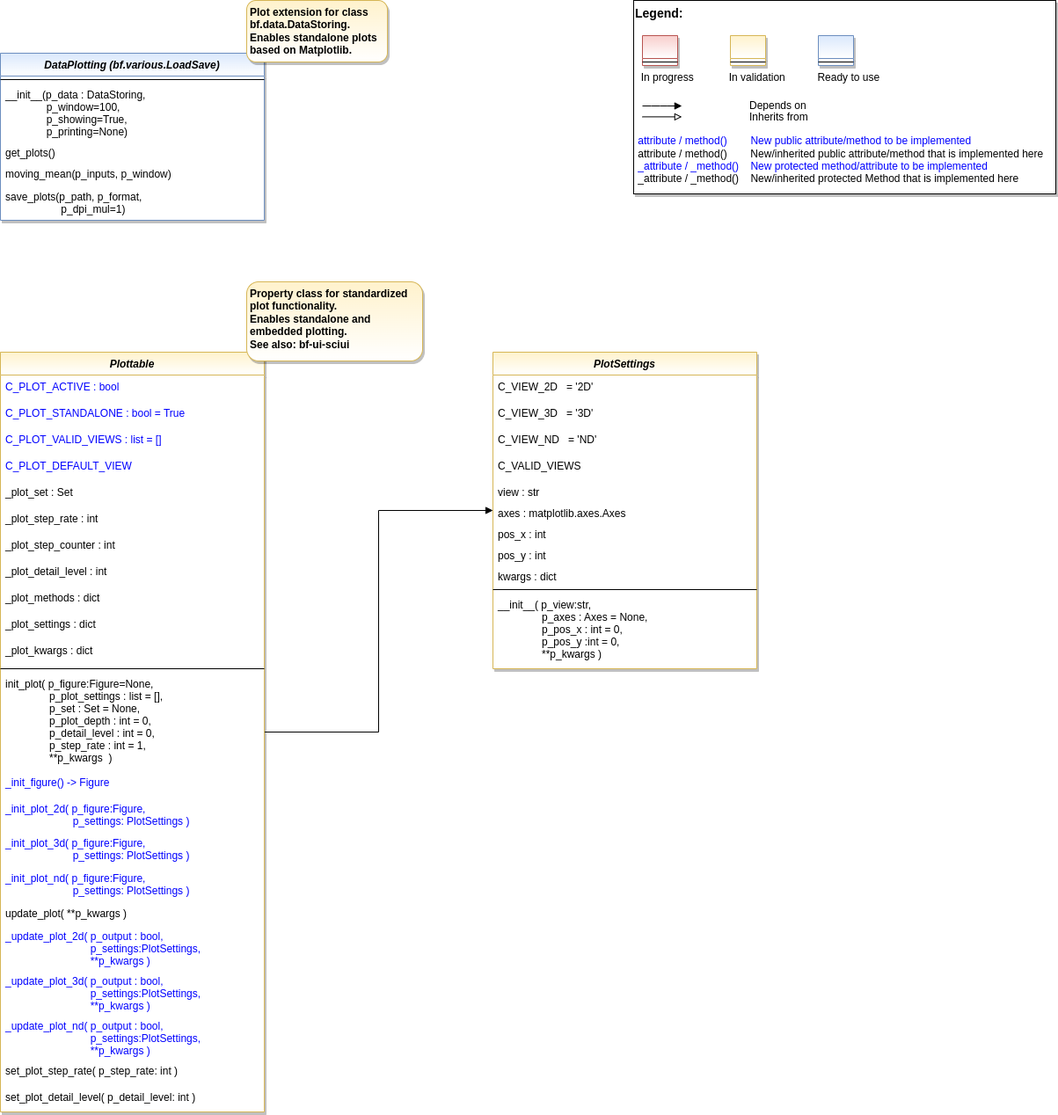
The draw.io diagram doc/rtd/content/append2/core/images/bf/MLPro-BF-Plot_class_diagram.drawio.png in fhswf/MLPro, before a commit. Source tidied: cells renumbered, new cells last; positions are measured from the earlier drawing's top-left corner, leaving out a move shared by most shapes.
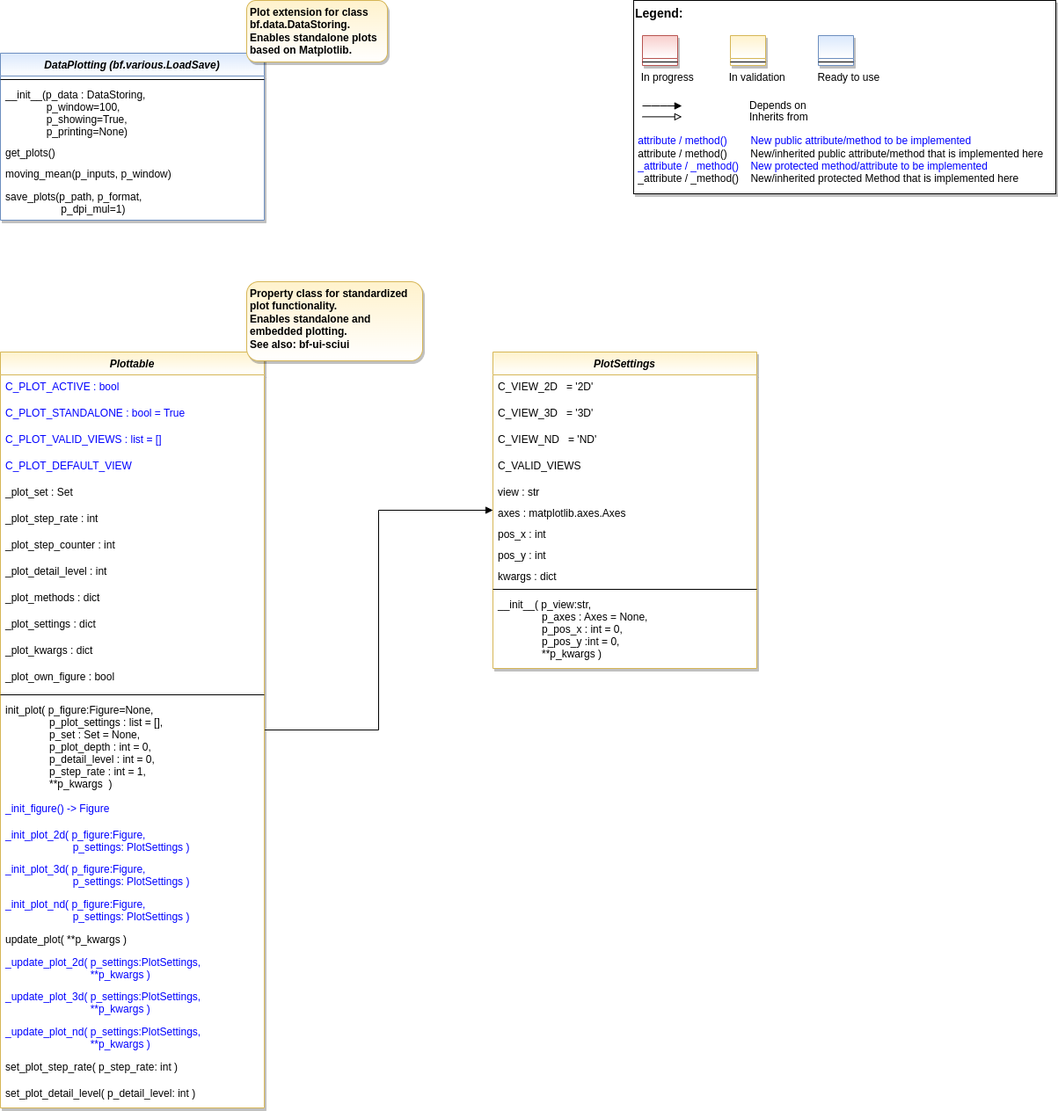
After the change.

Commit message:
Refactoring: Class Plottable #492

Diff of the diagram source:
```diff
@@ -6,7 +6,7 @@
       <mxGeometry relative="1" as="geometry" />
     </mxCell>
     <mxCell id="3" value="Plottable" style="swimlane;fontStyle=3;align=center;verticalAlign=top;horizontal=1;startSize=26;rounded=0;shadow=1;strokeWidth=1;fillColor=#fff2cc;strokeColor=#d6b656;swimlaneFillColor=#FFFFFF;gradientColor=#FFFFFF;" parent="1" vertex="1">
-      <mxGeometry y="400" width="300" height="864" as="geometry" />
+      <mxGeometry y="400" width="300" height="860" as="geometry" />
     </mxCell>
     <mxCell id="4" value="C_PLOT_ACTIVE : bool " style="text;align=left;verticalAlign=top;spacingLeft=4;spacingRight=4;overflow=hidden;fontColor=#0000FF;" parent="3" vertex="1">
       <mxGeometry y="26" width="300" height="30" as="geometry" />
@@ -41,41 +41,44 @@
     <mxCell id="14" value="_plot_kwargs : dict" style="text;align=left;verticalAlign=top;spacingLeft=4;spacingRight=4;overflow=hidden;fontColor=default;" parent="3" vertex="1">
       <mxGeometry y="326" width="300" height="30" as="geometry" />
     </mxCell>
+    <mxCell id="57" value="_plot_own_figure : bool" style="text;align=left;verticalAlign=top;spacingLeft=4;spacingRight=4;overflow=hidden;fontColor=default;" parent="3" vertex="1">
+      <mxGeometry y="356" width="300" height="30" as="geometry" />
+    </mxCell>
     <mxCell id="15" style="line;html=1;strokeWidth=1;align=left;verticalAlign=middle;spacingTop=-1;spacingLeft=3;spacingRight=3;labelPosition=right;" parent="3" vertex="1">
-      <mxGeometry y="356" width="300" height="8" as="geometry" />
+      <mxGeometry y="386" width="300" height="8" as="geometry" />
     </mxCell>
     <mxCell id="16" value="init_plot( p_figure:Figure=None, &#10;               p_plot_settings : list = [],&#10;               p_set : Set = None,&#10;               p_plot_depth : int = 0,&#10;               p_detail_level : int = 0,&#10;               p_step_rate : int = 1,&#10;               **p_kwargs  )" style="text;align=left;verticalAlign=top;spacingLeft=4;spacingRight=4;overflow=hidden;fontColor=default;" parent="3" vertex="1">
-      <mxGeometry y="364" width="300" height="112" as="geometry" />
+      <mxGeometry y="394" width="300" height="112" as="geometry" />
     </mxCell>
     <mxCell id="17" value="_init_figure() -&gt; Figure" style="text;align=left;verticalAlign=top;spacingLeft=4;spacingRight=4;overflow=hidden;fontColor=#0000FF;" parent="3" vertex="1">
-      <mxGeometry y="476" width="300" height="30" as="geometry" />
+      <mxGeometry y="506" width="300" height="30" as="geometry" />
     </mxCell>
     <mxCell id="18" value="_init_plot_2d( p_figure:Figure, &#10;                       p_settings: PlotSettings )" style="text;align=left;verticalAlign=top;spacingLeft=4;spacingRight=4;overflow=hidden;fontColor=#0000FF;" parent="3" vertex="1">
-      <mxGeometry y="506" width="300" height="39" as="geometry" />
+      <mxGeometry y="536" width="300" height="39" as="geometry" />
     </mxCell>
     <mxCell id="19" value="_init_plot_3d( p_figure:Figure, &#10;                       p_settings: PlotSettings )" style="text;align=left;verticalAlign=top;spacingLeft=4;spacingRight=4;overflow=hidden;fontColor=#0000FF;" parent="3" vertex="1">
-      <mxGeometry y="545" width="300" height="40" as="geometry" />
+      <mxGeometry y="575" width="300" height="40" as="geometry" />
     </mxCell>
     <mxCell id="20" value="_init_plot_nd( p_figure:Figure, &#10;                       p_settings: PlotSettings )" style="text;align=left;verticalAlign=top;spacingLeft=4;spacingRight=4;overflow=hidden;fontColor=#0000FF;" parent="3" vertex="1">
-      <mxGeometry y="585" width="300" height="40" as="geometry" />
+      <mxGeometry y="615" width="300" height="40" as="geometry" />
     </mxCell>
     <mxCell id="21" value="update_plot( **p_kwargs )" style="text;align=left;verticalAlign=top;spacingLeft=4;spacingRight=4;overflow=hidden;fontColor=default;" parent="3" vertex="1">
-      <mxGeometry y="625" width="300" height="26" as="geometry" />
+      <mxGeometry y="655" width="300" height="26" as="geometry" />
     </mxCell>
-    <mxCell id="22" value="_update_plot_2d( p_output : bool, &#10;                             p_settings:PlotSettings,&#10;                             **p_kwargs )" style="text;align=left;verticalAlign=top;spacingLeft=4;spacingRight=4;overflow=hidden;fontColor=#0000FF;" parent="3" vertex="1">
-      <mxGeometry y="651" width="300" height="51" as="geometry" />
+    <mxCell id="22" value="_update_plot_2d( p_settings:PlotSettings,&#10;                             **p_kwargs )" style="text;align=left;verticalAlign=top;spacingLeft=4;spacingRight=4;overflow=hidden;fontColor=#0000FF;" parent="3" vertex="1">
+      <mxGeometry y="681" width="300" height="39" as="geometry" />
     </mxCell>
-    <mxCell id="23" value="_update_plot_3d( p_output : bool, &#10;                             p_settings:PlotSettings,&#10;                             **p_kwargs )" style="text;align=left;verticalAlign=top;spacingLeft=4;spacingRight=4;overflow=hidden;fontColor=#0000FF;" parent="3" vertex="1">
-      <mxGeometry y="702" width="300" height="51" as="geometry" />
+    <mxCell id="23" value="_update_plot_3d( p_settings:PlotSettings,&#10;                             **p_kwargs )" style="text;align=left;verticalAlign=top;spacingLeft=4;spacingRight=4;overflow=hidden;fontColor=#0000FF;" parent="3" vertex="1">
+      <mxGeometry y="720" width="300" height="40" as="geometry" />
     </mxCell>
-    <mxCell id="24" value="_update_plot_nd( p_output : bool, &#10;                             p_settings:PlotSettings,&#10;                             **p_kwargs )" style="text;align=left;verticalAlign=top;spacingLeft=4;spacingRight=4;overflow=hidden;fontColor=#0000FF;" parent="3" vertex="1">
-      <mxGeometry y="753" width="300" height="51" as="geometry" />
+    <mxCell id="24" value="_update_plot_nd( p_settings:PlotSettings,&#10;                             **p_kwargs )" style="text;align=left;verticalAlign=top;spacingLeft=4;spacingRight=4;overflow=hidden;fontColor=#0000FF;" parent="3" vertex="1">
+      <mxGeometry y="760" width="300" height="40" as="geometry" />
     </mxCell>
     <mxCell id="25" value="set_plot_step_rate( p_step_rate: int )" style="text;align=left;verticalAlign=top;spacingLeft=4;spacingRight=4;overflow=hidden;fontColor=default;" parent="3" vertex="1">
-      <mxGeometry y="804" width="300" height="30" as="geometry" />
+      <mxGeometry y="800" width="300" height="30" as="geometry" />
     </mxCell>
     <mxCell id="26" value="set_plot_detail_level( p_detail_level: int )" style="text;align=left;verticalAlign=top;spacingLeft=4;spacingRight=4;overflow=hidden;fontColor=default;" parent="3" vertex="1">
-      <mxGeometry y="834" width="300" height="30" as="geometry" />
+      <mxGeometry y="830" width="300" height="30" as="geometry" />
     </mxCell>
     <mxCell id="27" style="group;" parent="1" vertex="1">
       <mxGeometry x="720" width="480" height="220" as="geometry" />
```
